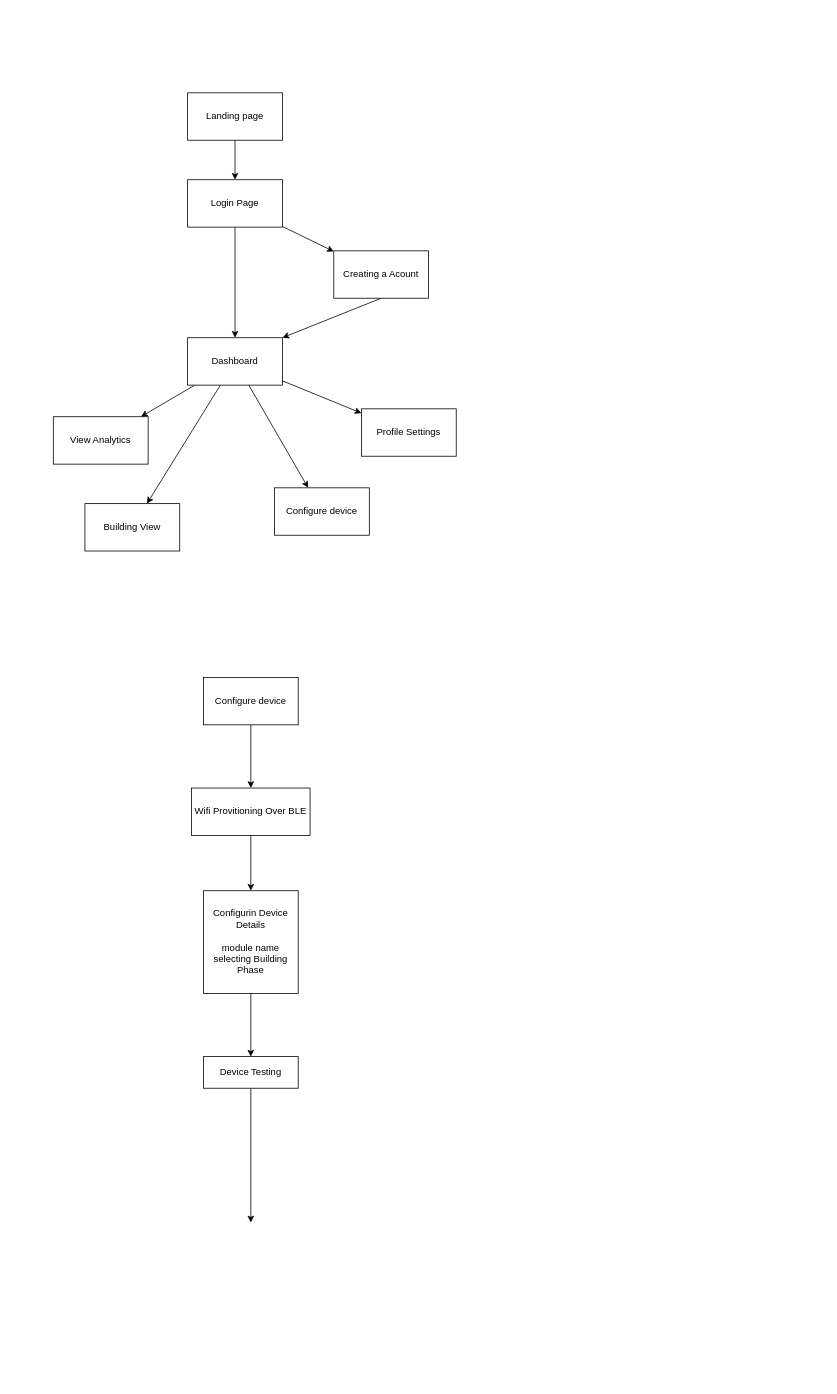
Earlier version of the draw.io diagram design/user flow.dio (VimuthWickramasinghe/Energy-Monitoring-System). Source tidied: cells renumbered, new cells numbered last; positions are measured from the earlier drawing's top-left corner, leaving out a move shared by most shapes. Both pictures are drawn from the tidied source at 79%, with x=0, y=0 at pixel (53, 92).
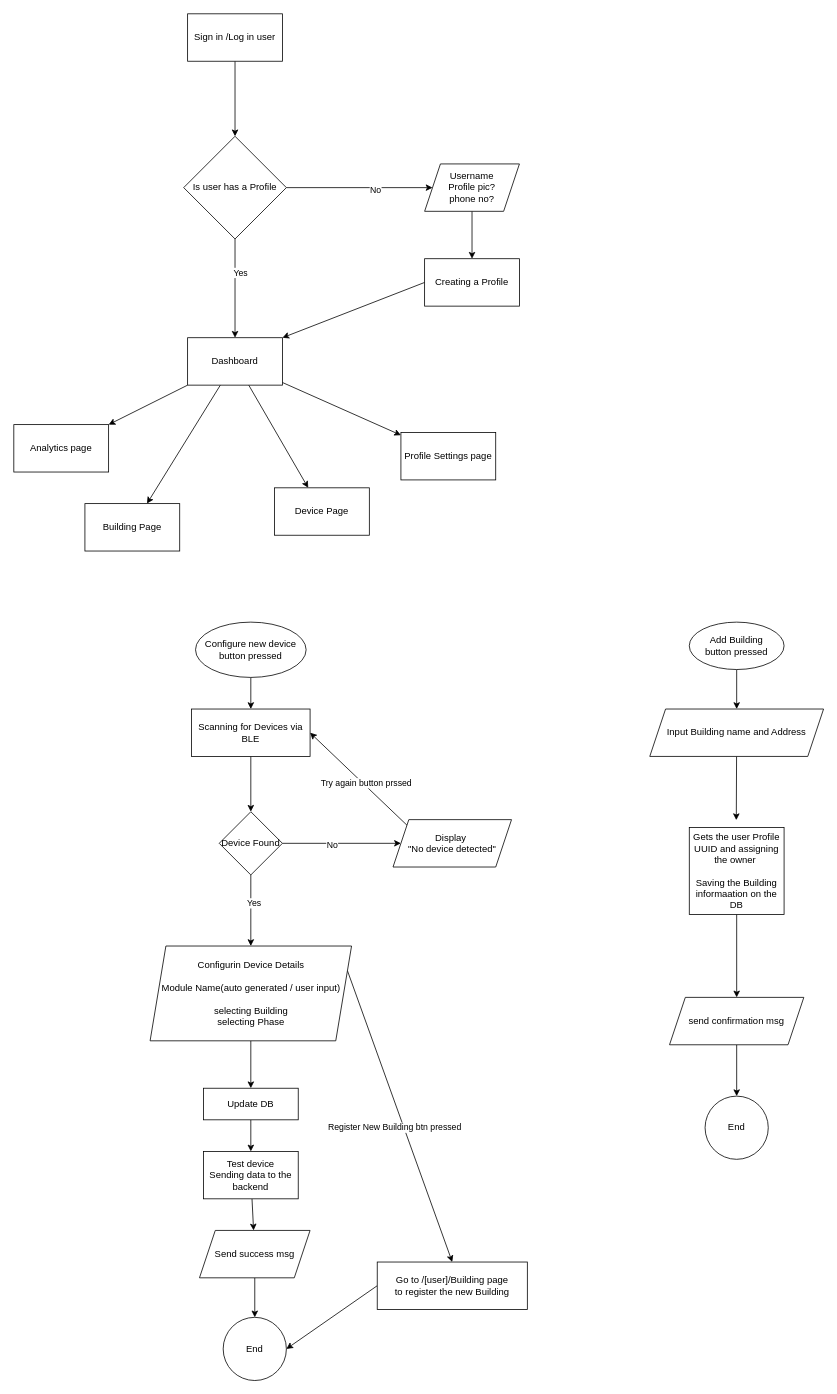
After the change.

The change refers to these unchanged cells:
```xml
<mxCell id="9" value="Dashboard" style="whiteSpace=wrap;html=1;" parent="1" vertex="1">
  <mxGeometry x="170" y="310" width="120" height="60" as="geometry" />
</mxCell>
```

What changed in the source:
```diff
@@
-    <mxCell id="2" style="edgeStyle=none;html=1;" parent="1" edge="1" source="4" target="9">
+    <mxCell id="2" style="edgeStyle=none;html=1;exitX=0.5;exitY=1;exitDx=0;exitDy=0;" parent="1" edge="1" source="32" target="9">
       <mxGeometry relative="1" as="geometry" />
     </mxCell>
+    <mxCell id="26" value="Yes" style="edgeLabel;html=1;align=center;verticalAlign=middle;" parent="2" vertex="1">
+      <mxGeometry x="-0.32" y="6" relative="1" as="geometry" />
+    </mxCell>
-    <mxCell id="3" style="edgeStyle=none;html=1;" parent="1" edge="1" source="4" target="11">
+    <mxCell id="3" style="edgeStyle=none;html=1;exitX=1;exitY=0.5;exitDx=0;exitDy=0;entryX=0;entryY=0.5;entryDx=0;entryDy=0;" parent="1" edge="1" source="32" target="58">
       <mxGeometry relative="1" as="geometry" />
     </mxCell>
-    <mxCell id="4" value="Login Page" style="whiteSpace=wrap;html=1;" parent="1" vertex="1">
-      <mxGeometry x="170" y="110" width="120" height="60" as="geometry" />
-    </mxCell>
+    <mxCell id="27" value="No" style="edgeLabel;html=1;align=center;verticalAlign=middle;" parent="3" vertex="1">
+      <mxGeometry x="0.21" y="-2" relative="1" as="geometry" />
+    </mxCell>
@@
-    <mxCell id="10" style="edgeStyle=none;html=1;exitX=0.5;exitY=1;exitDx=0;exitDy=0;entryX=1;entryY=0;entryDx=0;entryDy=0;" parent="1" edge="1" source="11" target="9">
+    <mxCell id="10" style="edgeStyle=none;html=1;exitX=0;exitY=0.5;exitDx=0;exitDy=0;entryX=1;entryY=0;entryDx=0;entryDy=0;" parent="1" edge="1" source="11" target="9">
       <mxGeometry relative="1" as="geometry" />
     </mxCell>
-    <mxCell id="11" value="Creating a Acount" style="whiteSpace=wrap;html=1;" parent="1" vertex="1">
-      <mxGeometry x="355" y="200" width="120" height="60" as="geometry" />
+    <mxCell id="11" value="Creating a Profile" style="whiteSpace=wrap;html=1;" parent="1" vertex="1">
+      <mxGeometry x="470" y="210" width="120" height="60" as="geometry" />
     </mxCell>
-    <mxCell id="12" style="edgeStyle=none;html=1;exitX=0.5;exitY=1;exitDx=0;exitDy=0;entryX=0.5;entryY=0;entryDx=0;entryDy=0;" parent="1" edge="1" source="13" target="4">
+    <mxCell id="12" style="edgeStyle=none;html=1;exitX=0.5;exitY=1;exitDx=0;exitDy=0;entryX=0.5;entryY=0;entryDx=0;entryDy=0;" parent="1" edge="1" source="13" target="32">
       <mxGeometry relative="1" as="geometry" />
     </mxCell>
-    <mxCell id="13" value="Landing page" style="whiteSpace=wrap;html=1;" parent="1" vertex="1">
-      <mxGeometry x="170" width="120" height="60" as="geometry" />
+    <mxCell id="13" value="Sign in /Log in user" style="whiteSpace=wrap;html=1;" parent="1" vertex="1">
+      <mxGeometry x="170" y="-100" width="120" height="60" as="geometry" />
     </mxCell>
-    <mxCell id="14" value="View Analytics" style="whiteSpace=wrap;html=1;" parent="1" vertex="1">
-      <mxGeometry y="410" width="120" height="60" as="geometry" />
+    <mxCell id="14" value="Analytics page" style="whiteSpace=wrap;html=1;" parent="1" vertex="1">
+      <mxGeometry x="-50" y="420" width="120" height="60" as="geometry" />
     </mxCell>
-    <mxCell id="15" value="Configure device" style="whiteSpace=wrap;html=1;" parent="1" vertex="1">
+    <mxCell id="15" value="Device Page" style="whiteSpace=wrap;html=1;" parent="1" vertex="1">
       <mxGeometry x="280" y="500" width="120" height="60" as="geometry" />
     </mxCell>
-    <mxCell id="16" value="Building View" style="whiteSpace=wrap;html=1;" parent="1" vertex="1">
+    <mxCell id="16" value="Building Page" style="whiteSpace=wrap;html=1;" parent="1" vertex="1">
       <mxGeometry x="40" y="520" width="120" height="60" as="geometry" />
     </mxCell>
-    <mxCell id="17" value="Profile Settings" style="whiteSpace=wrap;html=1;" parent="1" vertex="1">
-      <mxGeometry x="390" y="400" width="120" height="60" as="geometry" />
+    <mxCell id="17" value="Profile Settings page" style="whiteSpace=wrap;html=1;" parent="1" vertex="1">
+      <mxGeometry x="440" y="430" width="120" height="60" as="geometry" />
     </mxCell>
@@
-    <mxCell id="19" value="Configure device" style="whiteSpace=wrap;html=1;" parent="1" vertex="1">
-      <mxGeometry x="190" y="740" width="120" height="60" as="geometry" />
+    <mxCell id="19" value="Configure new device&lt;div&gt;button pressed&lt;/div&gt;" style="ellipse;whiteSpace=wrap;html=1;" parent="1" vertex="1">
+      <mxGeometry x="180" y="670" width="140" height="70" as="geometry" />
     </mxCell>
-    <mxCell id="20" style="edgeStyle=none;html=1;" parent="1" edge="1" source="21" target="23">
-      <mxGeometry relative="1" as="geometry" />
-    </mxCell>
+    <mxCell id="28" style="edgeStyle=none;html=1;" parent="1" edge="1" source="21" target="37">
+      <mxGeometry relative="1" as="geometry" />
+    </mxCell>
-    <mxCell id="21" value="Wifi Provitioning Over BLE" style="whiteSpace=wrap;html=1;" parent="1" vertex="1">
-      <mxGeometry x="175" y="880" width="150" height="60" as="geometry" />
+    <mxCell id="21" value="Scanning for Devices via BLE" style="whiteSpace=wrap;html=1;" parent="1" vertex="1">
+      <mxGeometry x="175" y="780" width="150" height="60" as="geometry" />
     </mxCell>
@@
+    <mxCell id="29" style="edgeStyle=none;html=1;exitX=1;exitY=0.25;exitDx=0;exitDy=0;entryX=0.5;entryY=0;entryDx=0;entryDy=0;" parent="1" edge="1" source="23" target="45">
+      <mxGeometry relative="1" as="geometry" />
+    </mxCell>
+    <mxCell id="30" value="Register New Building btn pressed" style="edgeLabel;html=1;align=center;verticalAlign=middle;" parent="29" vertex="1">
+      <mxGeometry x="0.08" y="2" relative="1" as="geometry">
+        <mxPoint x="-14" y="-1" as="offset" />
+      </mxGeometry>
+    </mxCell>
-    <mxCell id="23" value="Configurin Device Details&lt;div&gt;&lt;br&gt;&lt;/div&gt;&lt;div&gt;module name&lt;/div&gt;&lt;div&gt;selecting Building&lt;/div&gt;&lt;div&gt;Phase&lt;/div&gt;" style="whiteSpace=wrap;html=1;" parent="1" vertex="1">
-      <mxGeometry x="190" y="1010" width="120" height="130" as="geometry" />
+    <mxCell id="23" value="Configurin Device Details&lt;div&gt;&lt;br&gt;&lt;/div&gt;&lt;div&gt;Module Name(auto generated / user input)&lt;/div&gt;&lt;div&gt;&lt;br&gt;&lt;/div&gt;&lt;div&gt;selecting Building&lt;/div&gt;&lt;div&gt;selecting Phase&lt;/div&gt;" style="shape=parallelogram;perimeter=parallelogramPerimeter;whiteSpace=wrap;html=1;fixedSize=1;" parent="1" vertex="1">
+      <mxGeometry x="122.5" y="1080" width="255" height="120" as="geometry" />
     </mxCell>
-    <mxCell id="24" style="edgeStyle=none;html=1;" parent="1" edge="1" source="25">
-      <mxGeometry relative="1" as="geometry">
-        <mxPoint x="250" y="1430" as="targetPoint" />
-      </mxGeometry>
-    </mxCell>
+    <mxCell id="31" style="edgeStyle=none;html=1;" parent="1" edge="1" source="25" target="42">
+      <mxGeometry relative="1" as="geometry" />
+    </mxCell>
-    <mxCell id="25" value="Device Testing" style="whiteSpace=wrap;html=1;" parent="1" vertex="1">
-      <mxGeometry x="190" y="1220" width="120" height="40" as="geometry" />
+    <mxCell id="25" value="Update DB" style="whiteSpace=wrap;html=1;" parent="1" vertex="1">
+      <mxGeometry x="190" y="1260" width="120" height="40" as="geometry" />
     </mxCell>
+    <mxCell id="32" value="Is user has a Profile" style="rhombus;whiteSpace=wrap;html=1;" parent="1" vertex="1">
+      <mxGeometry x="165" y="55" width="130" height="130" as="geometry" />
+    </mxCell>
+    <mxCell id="33" style="edgeStyle=none;html=1;entryX=0.5;entryY=0;entryDx=0;entryDy=0;" parent="1" edge="1" source="37" target="23">
+      <mxGeometry relative="1" as="geometry" />
+    </mxCell>
+    <mxCell id="34" value="Yes" style="edgeLabel;html=1;align=center;verticalAlign=middle;" parent="33" vertex="1">
+      <mxGeometry x="-0.23" y="3" relative="1" as="geometry" />
+    </mxCell>
+    <mxCell id="35" style="edgeStyle=none;html=1;" parent="1" edge="1" source="37" target="40">
+      <mxGeometry relative="1" as="geometry" />
+    </mxCell>
+    <mxCell id="36" value="No" style="edgeLabel;html=1;align=center;verticalAlign=middle;" parent="35" vertex="1">
+      <mxGeometry x="-0.17" y="-2" relative="1" as="geometry" />
+    </mxCell>
+    <mxCell id="37" value="Device Found" style="rhombus;whiteSpace=wrap;html=1;" parent="1" vertex="1">
+      <mxGeometry x="210" y="910" width="80" height="80" as="geometry" />
+    </mxCell>
+    <mxCell id="38" style="edgeStyle=none;html=1;exitX=0;exitY=0;exitDx=0;exitDy=0;entryX=1;entryY=0.5;entryDx=0;entryDy=0;" parent="1" edge="1" source="40" target="21">
+      <mxGeometry relative="1" as="geometry" />
+    </mxCell>
+    <mxCell id="39" value="Try again button prssed" style="edgeLabel;html=1;align=center;verticalAlign=middle;" parent="38" vertex="1">
+      <mxGeometry x="-0.11" y="-3" relative="1" as="geometry" />
+    </mxCell>
+    <mxCell id="40" value="Display&amp;nbsp;&lt;div&gt;&quot;No device detected&quot;&lt;/div&gt;" style="shape=parallelogram;perimeter=parallelogramPerimeter;whiteSpace=wrap;html=1;fixedSize=1;" parent="1" vertex="1">
+      <mxGeometry x="430" y="920" width="150" height="60" as="geometry" />
+    </mxCell>
+    <mxCell id="41" style="edgeStyle=none;html=1;" parent="1" edge="1" source="42" target="56">
+      <mxGeometry relative="1" as="geometry" />
+    </mxCell>
+    <mxCell id="42" value="Test device&lt;div&gt;Sending data to the backend&lt;/div&gt;" style="whiteSpace=wrap;html=1;" parent="1" vertex="1">
+      <mxGeometry x="190" y="1340" width="120" height="60" as="geometry" />
+    </mxCell>
+    <mxCell id="43" value="End" style="ellipse;whiteSpace=wrap;html=1;" parent="1" vertex="1">
+      <mxGeometry x="215" y="1550" width="80" height="80" as="geometry" />
+    </mxCell>
+    <mxCell id="44" style="edgeStyle=none;html=1;exitX=0;exitY=0.5;exitDx=0;exitDy=0;entryX=1;entryY=0.5;entryDx=0;entryDy=0;" parent="1" edge="1" source="45" target="43">
+      <mxGeometry relative="1" as="geometry" />
+    </mxCell>
+    <mxCell id="45" value="Go to /[user]/Building page&lt;div&gt;to register the new Building&lt;/div&gt;" style="rounded=0;whiteSpace=wrap;html=1;" parent="1" vertex="1">
+      <mxGeometry x="410" y="1480" width="190" height="60" as="geometry" />
+    </mxCell>
+    <mxCell id="46" style="edgeStyle=none;html=1;" parent="1" edge="1" source="47" target="49">
+      <mxGeometry relative="1" as="geometry" />
+    </mxCell>
+    <mxCell id="47" value="&lt;p&gt;&lt;font style=&quot;color: light-dark(rgb(0, 0, 0), rgb(253, 239, 255));&quot;&gt;&lt;span&gt;&lt;font&gt;Add Building&lt;br&gt;&lt;/font&gt;&lt;/span&gt;&lt;span&gt;button pressed&lt;/span&gt;&lt;/font&gt;&lt;/p&gt;" style="ellipse;whiteSpace=wrap;html=1;" parent="1" vertex="1">
+      <mxGeometry x="805" y="670" width="120" height="60" as="geometry" />
+    </mxCell>
+    <mxCell id="48" style="edgeStyle=none;html=1;entryX=0.496;entryY=-0.085;entryDx=0;entryDy=0;entryPerimeter=0;" parent="1" edge="1" source="49" target="52">
+      <mxGeometry relative="1" as="geometry" />
+    </mxCell>
+    <mxCell id="49" value="Input Building name and Address" style="shape=parallelogram;perimeter=parallelogramPerimeter;whiteSpace=wrap;html=1;fixedSize=1;" parent="1" vertex="1">
+      <mxGeometry x="755" y="780" width="220" height="60" as="geometry" />
+    </mxCell>
+    <mxCell id="50" value="End" style="ellipse;whiteSpace=wrap;html=1;" parent="1" vertex="1">
+      <mxGeometry x="825" y="1270" width="80" height="80" as="geometry" />
+    </mxCell>
+    <mxCell id="51" style="edgeStyle=none;html=1;" parent="1" edge="1" source="52" target="54">
+      <mxGeometry relative="1" as="geometry" />
+    </mxCell>
+    <mxCell id="52" value="Gets the user Profile UUID and assigning the owner&amp;nbsp;&lt;div&gt;&lt;br&gt;&lt;/div&gt;&lt;div&gt;Saving the Building informaation on the DB&lt;/div&gt;" style="rounded=0;whiteSpace=wrap;html=1;" parent="1" vertex="1">
+      <mxGeometry x="805" y="930" width="120" height="110" as="geometry" />
+    </mxCell>
+    <mxCell id="53" style="edgeStyle=none;html=1;" parent="1" edge="1" source="54" target="50">
+      <mxGeometry relative="1" as="geometry" />
+    </mxCell>
+    <mxCell id="54" value="send confirmation msg" style="shape=parallelogram;perimeter=parallelogramPerimeter;whiteSpace=wrap;html=1;fixedSize=1;" parent="1" vertex="1">
+      <mxGeometry x="780" y="1145" width="170" height="60" as="geometry" />
+    </mxCell>
+    <mxCell id="55" style="edgeStyle=none;html=1;" parent="1" edge="1" source="56" target="43">
+      <mxGeometry relative="1" as="geometry" />
+    </mxCell>
+    <mxCell id="56" value="Send success msg" style="shape=parallelogram;perimeter=parallelogramPerimeter;whiteSpace=wrap;html=1;fixedSize=1;" parent="1" vertex="1">
+      <mxGeometry x="185" y="1440" width="140" height="60" as="geometry" />
+    </mxCell>
+    <mxCell id="57" style="edgeStyle=none;html=1;" parent="1" edge="1" source="58" target="11">
+      <mxGeometry relative="1" as="geometry" />
+    </mxCell>
+    <mxCell id="58" value="Username&lt;div&gt;Profile pic?&lt;/div&gt;&lt;div&gt;phone no?&lt;/div&gt;" style="shape=parallelogram;perimeter=parallelogramPerimeter;whiteSpace=wrap;html=1;fixedSize=1;" parent="1" vertex="1">
+      <mxGeometry x="470" y="90" width="120" height="60" as="geometry" />
+    </mxCell>
```
